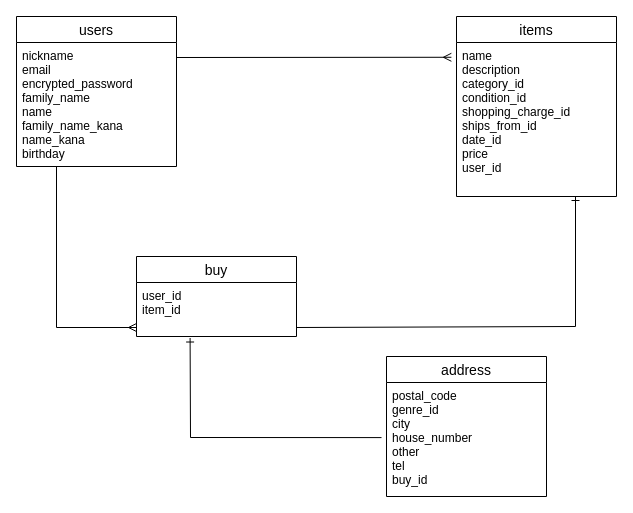
ichanicha/furima-40626 keeps this draw.io diagram as furima.dio. Above is the earlier version. Source tidied: cells renumbered, new cells numbered last; positions are measured from the earlier drawing's top-left corner, leaving out a move shared by most shapes. Both pictures are drawn from the tidied source at 100%, with x=0, y=0 at pixel (16, 16).
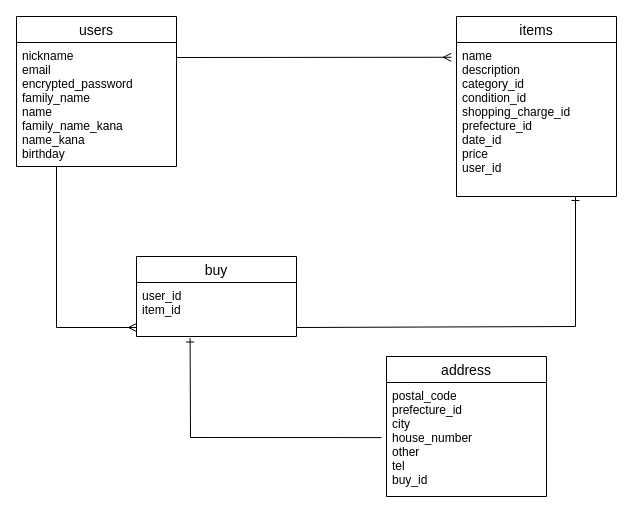
The same page after the edit.

Commit message (it also covers changes not shown here):
ER図・READMEの修正③

Unchanged cells that the change refers to:
```xml
<mxCell id="4" value="items" style="swimlane;fontStyle=0;horizontal=1;startSize=26;align=center;fontSize=14;" parent="1" vertex="1">
  <mxGeometry x="440" width="160" height="180" as="geometry" />
</mxCell>
<mxCell id="8" value="address" style="swimlane;fontStyle=0;horizontal=1;startSize=26;align=center;fontSize=14;" parent="1" vertex="1">
  <mxGeometry x="370" y="340" width="160" height="140" as="geometry" />
</mxCell>
```

The edit, as a diff of the source:
```diff
@@
-    <mxCell id="5" value="name&#10;description&#10;category_id&#10;condition_id&#10;shopping_charge_id&#10;ships_from_id&#10;date_id&#10;price&#10;user_id" style="text;strokeColor=none;fillColor=none;spacingLeft=4;spacingRight=4;overflow=hidden;points=[[0,0.5],[1,0.5]];portConstraint=eastwest;fontSize=12;" parent="4" vertex="1">
+    <mxCell id="5" value="name&#10;description&#10;category_id&#10;condition_id&#10;shopping_charge_id&#10;prefecture_id&#10;date_id&#10;price&#10;user_id" style="text;strokeColor=none;fillColor=none;spacingLeft=4;spacingRight=4;overflow=hidden;points=[[0,0.5],[1,0.5]];portConstraint=eastwest;fontSize=12;" parent="4" vertex="1">
       <mxGeometry y="26" width="160" height="154" as="geometry" />
     </mxCell>
@@
-    <mxCell id="9" value="postal_code&#10;genre_id&#10;city&#10;house_number&#10;other&#10;tel&#10;buy_id" style="text;strokeColor=none;fillColor=none;spacingLeft=4;spacingRight=4;overflow=hidden;fontSize=12;" parent="8" vertex="1">
+    <mxCell id="9" value="postal_code&#10;prefecture_id&#10;city&#10;house_number&#10;other&#10;tel&#10;buy_id" style="text;strokeColor=none;fillColor=none;spacingLeft=4;spacingRight=4;overflow=hidden;fontSize=12;" parent="8" vertex="1">
       <mxGeometry y="26" width="160" height="114" as="geometry" />
     </mxCell>
```
